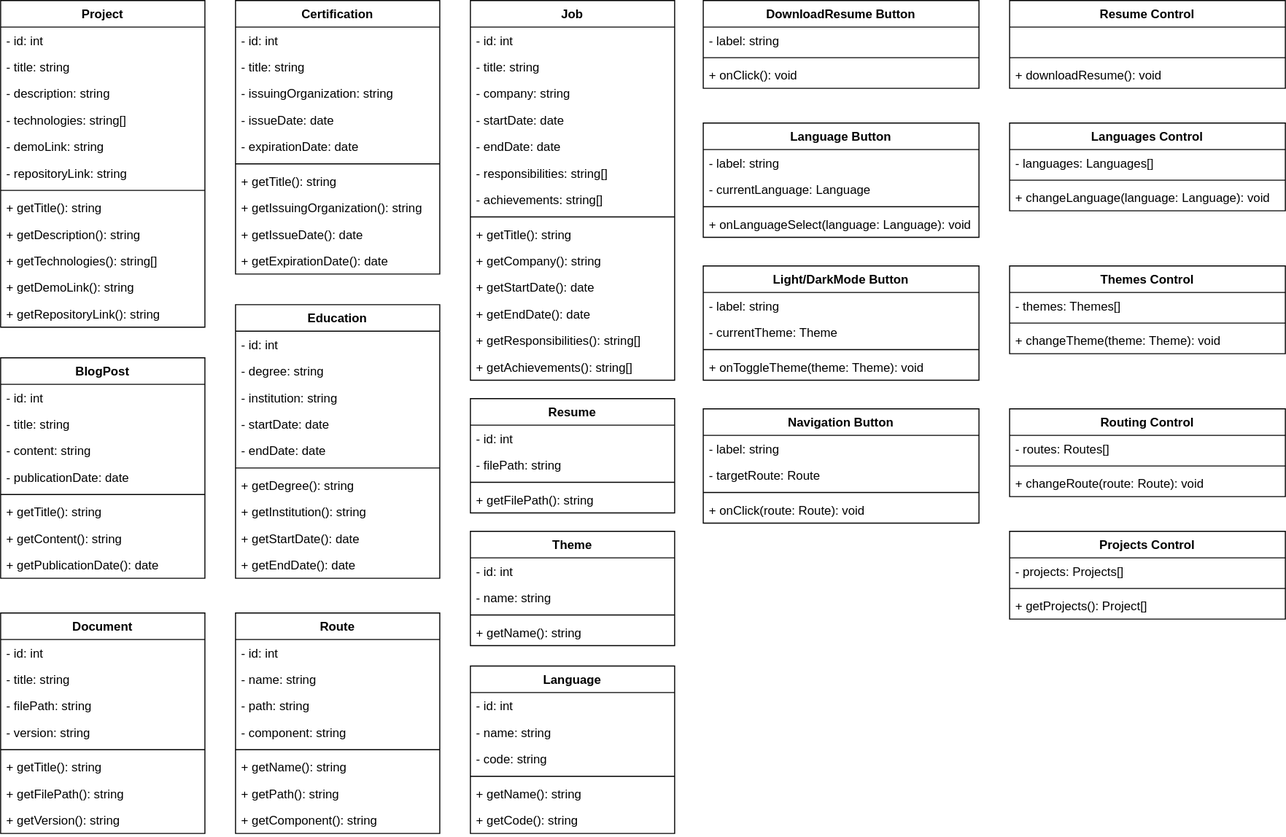
The draw.io diagram documents/ClassDiagram.svg in larr97/portfolio-project, before a commit. Source tidied: cells renumbered, new cells last; positions are measured from the earlier drawing's top-left corner, leaving out a move shared by most shapes.
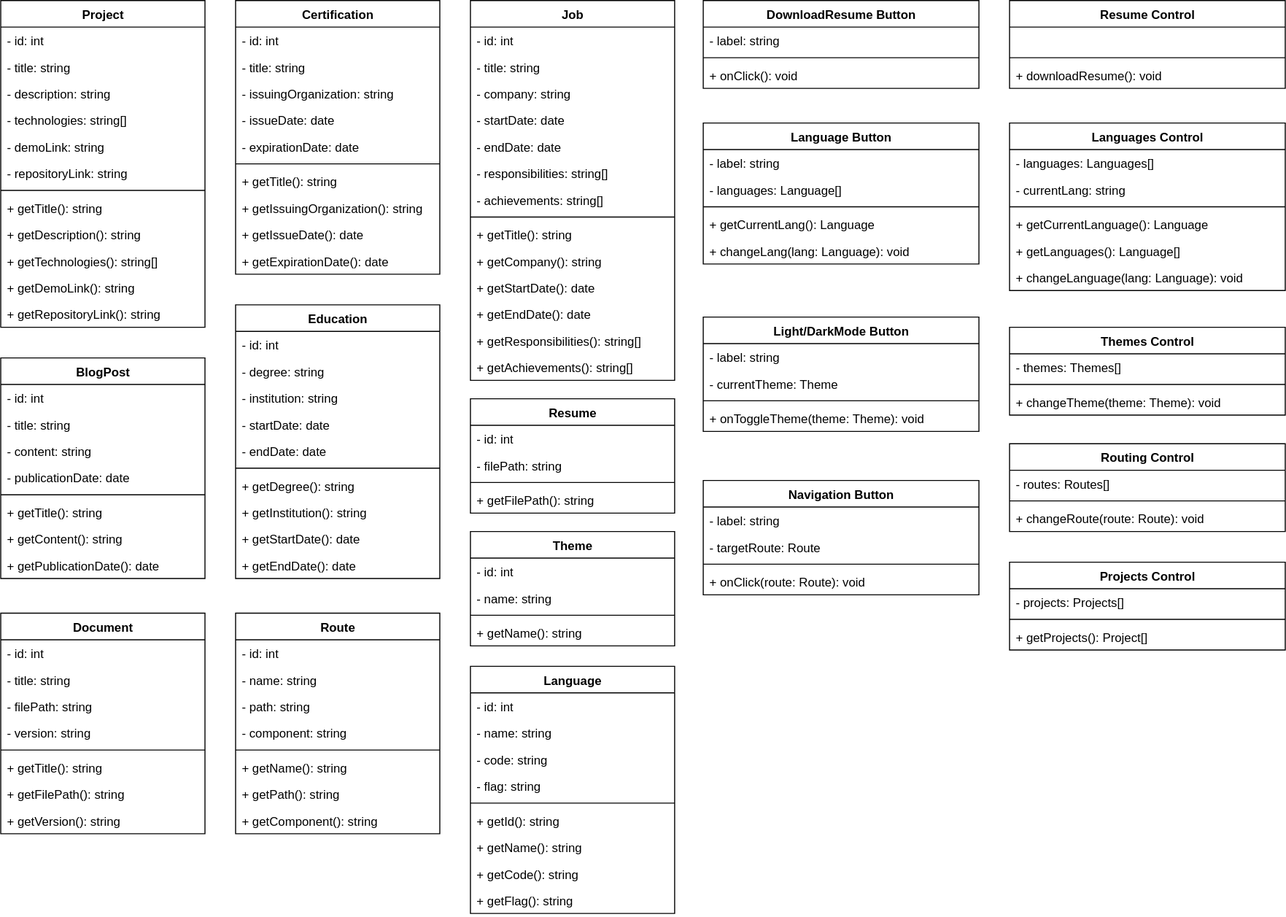
Above is the later version.

What changed in the source:
```diff
@@ -263,8 +263,8 @@
     <mxCell id="88" value="+ getName(): string" style="text;strokeColor=none;fillColor=none;align=left;verticalAlign=top;spacingLeft=4;spacingRight=4;overflow=hidden;whiteSpace=wrap;html=1;" parent="84" vertex="1">
       <mxGeometry y="86" width="200" height="26" as="geometry" />
     </mxCell>
-    <mxCell id="89" value="&lt;b style=&quot;--tw-scale-x: 1; --tw-scale-y: 1; --tw-pan-x: ; --tw-pan-y: ; --tw-pinch-zoom: ; --tw-scroll-snap-strictness: proximity; --tw-gradient-from-position: ; --tw-gradient-via-position: ; --tw-gradient-to-position: ; --tw-ordinal: ; --tw-slashed-zero: ; --tw-numeric-figure: ; --tw-numeric-spacing: ; --tw-numeric-fraction: ; --tw-ring-inset: ; --tw-ring-offset-width: 0px; --tw-ring-offset-color: #fff; --tw-ring-color: rgb(59 130 246 / .5); --tw-ring-offset-shadow: 0 0 #0000; --tw-ring-shadow: 0 0 #0000; --tw-shadow: 0 0 #0000; --tw-shadow-colored: 0 0 #0000; --tw-blur: ; --tw-brightness: ; --tw-contrast: ; --tw-grayscale: ; --tw-hue-rotate: ; --tw-invert: ; --tw-saturate: ; --tw-sepia: ; --tw-drop-shadow: ; --tw-backdrop-blur: ; --tw-backdrop-brightness: ; --tw-backdrop-contrast: ; --tw-backdrop-grayscale: ; --tw-backdrop-hue-rotate: ; --tw-backdrop-invert: ; --tw-backdrop-opacity: ; --tw-backdrop-saturate: ; --tw-backdrop-sepia: ;&quot;&gt;Language&lt;/b&gt;" style="swimlane;fontStyle=1;align=center;verticalAlign=top;horizontal=1;startSize=26;whiteSpace=wrap;html=1;" parent="1" vertex="1">
-      <mxGeometry x="460" y="652" width="200" height="164" as="geometry" />
+    <mxCell id="89" value="&lt;b style=&quot;--tw-scale-x: 1; --tw-scale-y: 1; --tw-pan-x: ; --tw-pan-y: ; --tw-pinch-zoom: ; --tw-scroll-snap-strictness: proximity; --tw-gradient-from-position: ; --tw-gradient-via-position: ; --tw-gradient-to-position: ; --tw-ordinal: ; --tw-slashed-zero: ; --tw-numeric-figure: ; --tw-numeric-spacing: ; --tw-numeric-fraction: ; --tw-ring-inset: ; --tw-ring-offset-width: 0px; --tw-ring-offset-color: #fff; --tw-ring-color: rgb(59 130 246 / .5); --tw-ring-offset-shadow: 0 0 #0000; --tw-ring-shadow: 0 0 #0000; --tw-shadow: 0 0 #0000; --tw-shadow-colored: 0 0 #0000; --tw-blur: ; --tw-brightness: ; --tw-contrast: ; --tw-grayscale: ; --tw-hue-rotate: ; --tw-invert: ; --tw-saturate: ; --tw-sepia: ; --tw-drop-shadow: ; --tw-backdrop-blur: ; --tw-backdrop-brightness: ; --tw-backdrop-contrast: ; --tw-backdrop-grayscale: ; --tw-backdrop-hue-rotate: ; --tw-backdrop-invert: ; --tw-backdrop-opacity: ; --tw-backdrop-saturate: ; --tw-backdrop-sepia: ;&quot;&gt;Language&lt;/b&gt;" style="swimlane;fontStyle=1;align=center;verticalAlign=top;horizontal=1;startSize=26;whiteSpace=wrap;html=1;fillColor=#FFFFFF;" parent="1" vertex="1">
+      <mxGeometry x="460" y="652" width="200" height="242" as="geometry" />
     </mxCell>
     <mxCell id="90" value="- id: int" style="text;strokeColor=none;fillColor=none;align=left;verticalAlign=top;spacingLeft=4;spacingRight=4;overflow=hidden;whiteSpace=wrap;html=1;" parent="89" vertex="1">
       <mxGeometry y="26" width="200" height="26" as="geometry" />
@@ -275,15 +275,24 @@
     <mxCell id="92" value="- code: string" style="text;strokeColor=none;fillColor=none;align=left;verticalAlign=top;spacingLeft=4;spacingRight=4;overflow=hidden;whiteSpace=wrap;html=1;" parent="89" vertex="1">
       <mxGeometry y="78" width="200" height="26" as="geometry" />
     </mxCell>
+    <mxCell id="135" value="- flag: string" style="text;strokeColor=none;fillColor=none;align=left;verticalAlign=top;spacingLeft=4;spacingRight=4;overflow=hidden;whiteSpace=wrap;html=1;" parent="89" vertex="1">
+      <mxGeometry y="104" width="200" height="26" as="geometry" />
+    </mxCell>
     <mxCell id="93" style="line;strokeWidth=1;fillColor=none;align=left;verticalAlign=middle;spacingTop=-1;spacingLeft=3;spacingRight=3;labelPosition=right;strokeColor=inherit;" parent="89" vertex="1">
-      <mxGeometry y="104" width="200" height="8" as="geometry" />
+      <mxGeometry y="130" width="200" height="8" as="geometry" />
     </mxCell>
+    <mxCell id="136" value="+ getId(): string" style="text;strokeColor=none;fillColor=none;align=left;verticalAlign=top;spacingLeft=4;spacingRight=4;overflow=hidden;whiteSpace=wrap;html=1;" parent="89" vertex="1">
+      <mxGeometry y="138" width="200" height="26" as="geometry" />
+    </mxCell>
+    <mxCell id="137" value="+ getName(): string" style="text;strokeColor=none;fillColor=none;align=left;verticalAlign=top;spacingLeft=4;spacingRight=4;overflow=hidden;whiteSpace=wrap;html=1;" parent="89" vertex="1">
+      <mxGeometry y="164" width="200" height="26" as="geometry" />
+    </mxCell>
+    <mxCell id="95" value="+ getCode(): string" style="text;strokeColor=none;fillColor=none;align=left;verticalAlign=top;spacingLeft=4;spacingRight=4;overflow=hidden;whiteSpace=wrap;html=1;" parent="89" vertex="1">
+      <mxGeometry y="190" width="200" height="26" as="geometry" />
+    </mxCell>
-    <mxCell id="94" value="+ getName(): string" style="text;strokeColor=none;fillColor=none;align=left;verticalAlign=top;spacingLeft=4;spacingRight=4;overflow=hidden;whiteSpace=wrap;html=1;" parent="89" vertex="1">
-      <mxGeometry y="112" width="200" height="26" as="geometry" />
+    <mxCell id="94" value="+ getFlag(): string" style="text;strokeColor=none;fillColor=none;align=left;verticalAlign=top;spacingLeft=4;spacingRight=4;overflow=hidden;whiteSpace=wrap;html=1;" parent="89" vertex="1">
+      <mxGeometry y="216" width="200" height="26" as="geometry" />
     </mxCell>
-    <mxCell id="95" value="+ getCode(): string" style="text;strokeColor=none;fillColor=none;align=left;verticalAlign=top;spacingLeft=4;spacingRight=4;overflow=hidden;whiteSpace=wrap;html=1;" parent="89" vertex="1">
-      <mxGeometry y="138" width="200" height="26" as="geometry" />
-    </mxCell>
     <mxCell id="96" value="&lt;b style=&quot;--tw-scale-x: 1; --tw-scale-y: 1; --tw-pan-x: ; --tw-pan-y: ; --tw-pinch-zoom: ; --tw-scroll-snap-strictness: proximity; --tw-gradient-from-position: ; --tw-gradient-via-position: ; --tw-gradient-to-position: ; --tw-ordinal: ; --tw-slashed-zero: ; --tw-numeric-figure: ; --tw-numeric-spacing: ; --tw-numeric-fraction: ; --tw-ring-inset: ; --tw-ring-offset-width: 0px; --tw-ring-offset-color: light-dark(#fff, #000000); --tw-ring-color: rgb(59 130 246 / .5); --tw-ring-offset-shadow: 0 0 #0000; --tw-ring-shadow: 0 0 #0000; --tw-shadow: 0 0 #0000; --tw-shadow-colored: 0 0 #0000; --tw-blur: ; --tw-brightness: ; --tw-contrast: ; --tw-grayscale: ; --tw-hue-rotate: ; --tw-invert: ; --tw-saturate: ; --tw-sepia: ; --tw-drop-shadow: ; --tw-backdrop-blur: ; --tw-backdrop-brightness: ; --tw-backdrop-contrast: ; --tw-backdrop-grayscale: ; --tw-backdrop-hue-rotate: ; --tw-backdrop-invert: ; --tw-backdrop-opacity: ; --tw-backdrop-saturate: ; --tw-backdrop-sepia: ;&quot;&gt;DownloadResume Button&lt;/b&gt;" style="swimlane;fontStyle=1;align=center;verticalAlign=top;horizontal=1;startSize=26;whiteSpace=wrap;html=1;" parent="1" vertex="1">
       <mxGeometry x="688" width="270" height="86" as="geometry" />
     </mxCell>
@@ -296,23 +305,26 @@
     <mxCell id="99" value="+ onClick(): void" style="text;strokeColor=none;fillColor=none;align=left;verticalAlign=top;spacingLeft=4;spacingRight=4;overflow=hidden;whiteSpace=wrap;html=1;" parent="96" vertex="1">
       <mxGeometry y="60" width="270" height="26" as="geometry" />
     </mxCell>
-    <mxCell id="100" value="Language Button" style="swimlane;fontStyle=1;align=center;verticalAlign=top;horizontal=1;startSize=26;whiteSpace=wrap;html=1;" parent="1" vertex="1">
-      <mxGeometry x="688" y="120" width="270" height="112" as="geometry" />
+    <mxCell id="100" value="Language Button" style="swimlane;fontStyle=1;align=center;verticalAlign=top;horizontal=1;startSize=26;whiteSpace=wrap;html=1;fillColor=#FFFFFF;" parent="1" vertex="1">
+      <mxGeometry x="688" y="120" width="270" height="138" as="geometry" />
     </mxCell>
     <mxCell id="101" value="- label: string" style="text;strokeColor=none;fillColor=none;align=left;verticalAlign=top;spacingLeft=4;spacingRight=4;overflow=hidden;whiteSpace=wrap;html=1;" parent="100" vertex="1">
       <mxGeometry y="26" width="270" height="26" as="geometry" />
     </mxCell>
-    <mxCell id="102" value="- currentLanguage: Language" style="text;strokeColor=none;fillColor=none;align=left;verticalAlign=top;spacingLeft=4;spacingRight=4;overflow=hidden;whiteSpace=wrap;html=1;" parent="100" vertex="1">
-      <mxGeometry y="52" width="270" height="26" as="geometry" />
-    </mxCell>
+    <mxCell id="138" value="- languages: Language[]" style="text;strokeColor=none;fillColor=none;align=left;verticalAlign=top;spacingLeft=4;spacingRight=4;overflow=hidden;whiteSpace=wrap;html=1;" parent="100" vertex="1">
+      <mxGeometry y="52" width="270" height="26" as="geometry" />
+    </mxCell>
     <mxCell id="103" style="line;strokeWidth=1;fillColor=none;align=left;verticalAlign=middle;spacingTop=-1;spacingLeft=3;spacingRight=3;labelPosition=right;strokeColor=inherit;" parent="100" vertex="1">
       <mxGeometry y="78" width="270" height="8" as="geometry" />
     </mxCell>
+    <mxCell id="139" value="+ getCurrentLang(): Language" style="text;strokeColor=none;fillColor=none;align=left;verticalAlign=top;spacingLeft=4;spacingRight=4;overflow=hidden;whiteSpace=wrap;html=1;" parent="100" vertex="1">
+      <mxGeometry y="86" width="270" height="26" as="geometry" />
+    </mxCell>
-    <mxCell id="104" value="+ onLanguageSelect(language: Language): void" style="text;strokeColor=none;fillColor=none;align=left;verticalAlign=top;spacingLeft=4;spacingRight=4;overflow=hidden;whiteSpace=wrap;html=1;" parent="100" vertex="1">
-      <mxGeometry y="86" width="270" height="26" as="geometry" />
+    <mxCell id="104" value="+ changeLang(lang: Language): void" style="text;strokeColor=none;fillColor=none;align=left;verticalAlign=top;spacingLeft=4;spacingRight=4;overflow=hidden;whiteSpace=wrap;html=1;" parent="100" vertex="1">
+      <mxGeometry y="112" width="270" height="26" as="geometry" />
     </mxCell>
     <mxCell id="105" value="&lt;span style=&quot;background-color: transparent; color: light-dark(rgb(0, 0, 0), rgb(255, 255, 255));&quot;&gt;Light/DarkMode Button&lt;/span&gt;" style="swimlane;fontStyle=1;align=center;verticalAlign=top;horizontal=1;startSize=26;whiteSpace=wrap;html=1;" parent="1" vertex="1">
-      <mxGeometry x="688" y="260" width="270" height="112" as="geometry" />
+      <mxGeometry x="688" y="310" width="270" height="112" as="geometry" />
     </mxCell>
     <mxCell id="106" value="- label: string" style="text;strokeColor=none;fillColor=none;align=left;verticalAlign=top;spacingLeft=4;spacingRight=4;overflow=hidden;whiteSpace=wrap;html=1;" parent="105" vertex="1">
       <mxGeometry y="26" width="270" height="26" as="geometry" />
@@ -327,7 +339,7 @@
       <mxGeometry y="86" width="270" height="26" as="geometry" />
     </mxCell>
     <mxCell id="110" value="&lt;span style=&quot;background-color: transparent; color: light-dark(rgb(0, 0, 0), rgb(255, 255, 255));&quot;&gt;Navigation Button&lt;/span&gt;" style="swimlane;fontStyle=1;align=center;verticalAlign=top;horizontal=1;startSize=26;whiteSpace=wrap;html=1;" parent="1" vertex="1">
-      <mxGeometry x="688" y="400" width="270" height="112" as="geometry" />
+      <mxGeometry x="688" y="470" width="270" height="112" as="geometry" />
     </mxCell>
     <mxCell id="111" value="- label: string" style="text;strokeColor=none;fillColor=none;align=left;verticalAlign=top;spacingLeft=4;spacingRight=4;overflow=hidden;whiteSpace=wrap;html=1;" parent="110" vertex="1">
       <mxGeometry y="26" width="270" height="26" as="geometry" />
@@ -353,20 +365,29 @@
     <mxCell id="118" value="+ downloadResume(): void" style="text;strokeColor=none;fillColor=none;align=left;verticalAlign=top;spacingLeft=4;spacingRight=4;overflow=hidden;whiteSpace=wrap;html=1;" parent="115" vertex="1">
       <mxGeometry y="60" width="270" height="26" as="geometry" />
     </mxCell>
-    <mxCell id="119" value="Languages Control" style="swimlane;fontStyle=1;align=center;verticalAlign=top;horizontal=1;startSize=26;whiteSpace=wrap;html=1;" parent="1" vertex="1">
-      <mxGeometry x="988" y="120" width="270" height="86" as="geometry" />
+    <mxCell id="119" value="Languages Control" style="swimlane;fontStyle=1;align=center;verticalAlign=top;horizontal=1;startSize=26;whiteSpace=wrap;html=1;fillColor=#FFFFFF;" parent="1" vertex="1">
+      <mxGeometry x="988" y="120" width="270" height="164" as="geometry" />
     </mxCell>
     <mxCell id="120" value="- languages: Languages[]" style="text;strokeColor=none;fillColor=none;align=left;verticalAlign=top;spacingLeft=4;spacingRight=4;overflow=hidden;whiteSpace=wrap;html=1;" parent="119" vertex="1">
       <mxGeometry y="26" width="270" height="26" as="geometry" />
     </mxCell>
+    <mxCell id="140" value="- currentLang: string" style="text;strokeColor=none;fillColor=none;align=left;verticalAlign=top;spacingLeft=4;spacingRight=4;overflow=hidden;whiteSpace=wrap;html=1;" parent="119" vertex="1">
+      <mxGeometry y="52" width="270" height="26" as="geometry" />
+    </mxCell>
     <mxCell id="121" style="line;strokeWidth=1;fillColor=none;align=left;verticalAlign=middle;spacingTop=-1;spacingLeft=3;spacingRight=3;labelPosition=right;strokeColor=inherit;" parent="119" vertex="1">
-      <mxGeometry y="52" width="270" height="8" as="geometry" />
+      <mxGeometry y="78" width="270" height="8" as="geometry" />
     </mxCell>
+    <mxCell id="141" value="+ getCurrentLanguage(): Language" style="text;strokeColor=none;fillColor=none;align=left;verticalAlign=top;spacingLeft=4;spacingRight=4;overflow=hidden;whiteSpace=wrap;html=1;" parent="119" vertex="1">
+      <mxGeometry y="86" width="270" height="26" as="geometry" />
+    </mxCell>
+    <mxCell id="142" value="+ getLanguages(): Language[]" style="text;strokeColor=none;fillColor=none;align=left;verticalAlign=top;spacingLeft=4;spacingRight=4;overflow=hidden;whiteSpace=wrap;html=1;" parent="119" vertex="1">
+      <mxGeometry y="112" width="270" height="26" as="geometry" />
+    </mxCell>
-    <mxCell id="122" value="+ changeLanguage(language: Language): void" style="text;strokeColor=none;fillColor=none;align=left;verticalAlign=top;spacingLeft=4;spacingRight=4;overflow=hidden;whiteSpace=wrap;html=1;" parent="119" vertex="1">
-      <mxGeometry y="60" width="270" height="26" as="geometry" />
+    <mxCell id="122" value="+ changeLanguage(lang: Language): void" style="text;strokeColor=none;fillColor=none;align=left;verticalAlign=top;spacingLeft=4;spacingRight=4;overflow=hidden;whiteSpace=wrap;html=1;" parent="119" vertex="1">
+      <mxGeometry y="138" width="270" height="26" as="geometry" />
     </mxCell>
     <mxCell id="123" value="Themes Control" style="swimlane;fontStyle=1;align=center;verticalAlign=top;horizontal=1;startSize=26;whiteSpace=wrap;html=1;" parent="1" vertex="1">
-      <mxGeometry x="988" y="260" width="270" height="86" as="geometry" />
+      <mxGeometry x="988" y="320" width="270" height="86" as="geometry" />
     </mxCell>
     <mxCell id="124" value="- themes: Themes[]" style="text;strokeColor=none;fillColor=none;align=left;verticalAlign=top;spacingLeft=4;spacingRight=4;overflow=hidden;whiteSpace=wrap;html=1;" parent="123" vertex="1">
       <mxGeometry y="26" width="270" height="26" as="geometry" />
@@ -378,7 +399,7 @@
       <mxGeometry y="60" width="270" height="26" as="geometry" />
     </mxCell>
     <mxCell id="127" value="Routing Control" style="swimlane;fontStyle=1;align=center;verticalAlign=top;horizontal=1;startSize=26;whiteSpace=wrap;html=1;" parent="1" vertex="1">
-      <mxGeometry x="988" y="400" width="270" height="86" as="geometry" />
+      <mxGeometry x="988" y="434" width="270" height="86" as="geometry" />
     </mxCell>
     <mxCell id="128" value="- routes: Routes[]" style="text;strokeColor=none;fillColor=none;align=left;verticalAlign=top;spacingLeft=4;spacingRight=4;overflow=hidden;whiteSpace=wrap;html=1;" parent="127" vertex="1">
       <mxGeometry y="26" width="270" height="26" as="geometry" />
@@ -390,7 +411,7 @@
       <mxGeometry y="60" width="270" height="26" as="geometry" />
     </mxCell>
     <mxCell id="131" value="Projects&amp;nbsp;Control" style="swimlane;fontStyle=1;align=center;verticalAlign=top;horizontal=1;startSize=26;whiteSpace=wrap;html=1;" parent="1" vertex="1">
-      <mxGeometry x="988" y="520" width="270" height="86" as="geometry" />
+      <mxGeometry x="988" y="550" width="270" height="86" as="geometry" />
     </mxCell>
     <mxCell id="132" value="- projects: Projects[]" style="text;strokeColor=none;fillColor=none;align=left;verticalAlign=top;spacingLeft=4;spacingRight=4;overflow=hidden;whiteSpace=wrap;html=1;" parent="131" vertex="1">
       <mxGeometry y="26" width="270" height="26" as="geometry" />
```
